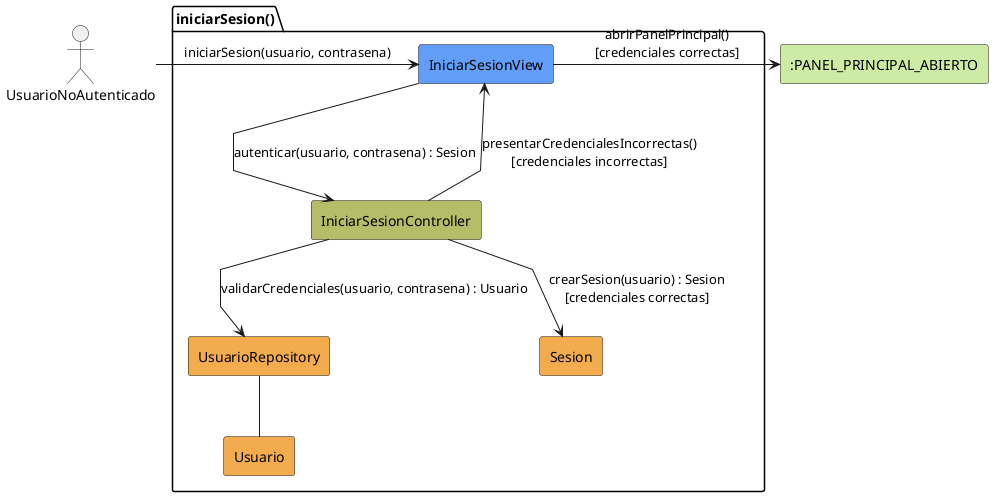
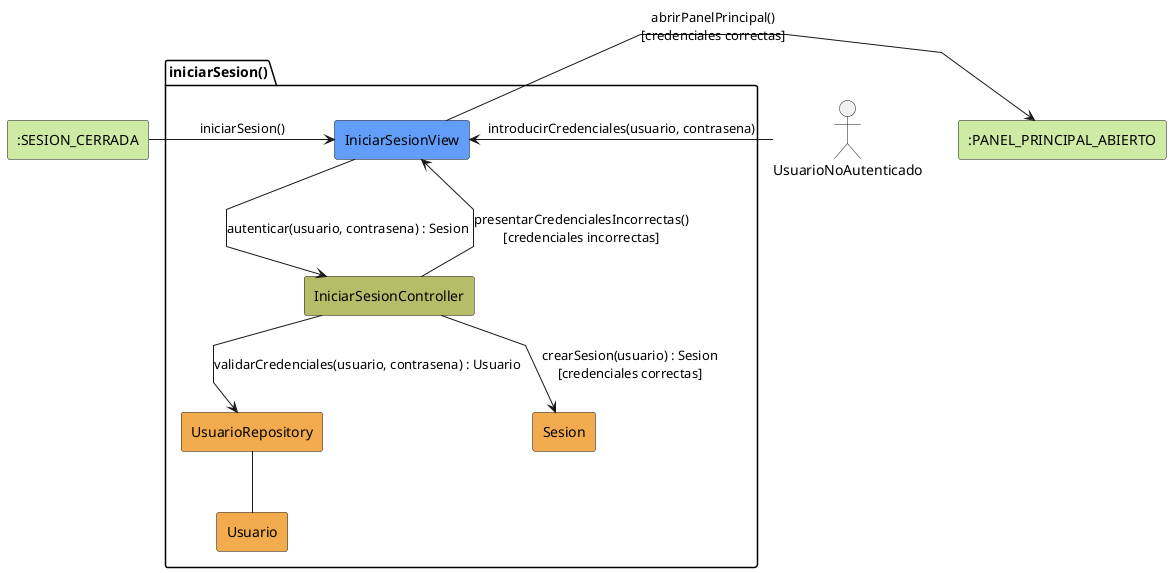
@startuml iniciarSesion-analisis
skinparam linetype polyline

actor UsuarioNoAutenticado
+ rectangle #CDEBA5 ":SESION_CERRADA" as SesionCerrada

package iniciarSesion as "iniciarSesion()" {
    rectangle #629EF9 IniciarSesionView
    rectangle #b5bd68 IniciarSesionController
    rectangle #F2AC4E UsuarioRepository
    rectangle #F2AC4E Usuario
    rectangle #F2AC4E Sesion
}

rectangle #CDEBA5 ":PANEL_PRINCIPAL_ABIERTO" as PanelPrincipalAbierto

- UsuarioNoAutenticado -r-> IniciarSesionView: iniciarSesion(usuario, contrasena)
+ SesionCerrada -r-> IniciarSesionView: iniciarSesion()
+ 
+ UsuarioNoAutenticado -r-> IniciarSesionView: introducirCredenciales(usuario, contrasena)

IniciarSesionView -d-> IniciarSesionController: autenticar(usuario, contrasena) : Sesion

IniciarSesionController --> UsuarioRepository: validarCredenciales(usuario, contrasena) : Usuario

UsuarioRepository -- Usuario

IniciarSesionController --> IniciarSesionView: presentarCredencialesIncorrectas()\n[credenciales incorrectas]

IniciarSesionController --> Sesion: crearSesion(usuario) : Sesion\n[credenciales correctas]

IniciarSesionView -r-> PanelPrincipalAbierto: abrirPanelPrincipal()\n[credenciales correctas]

@enduml
